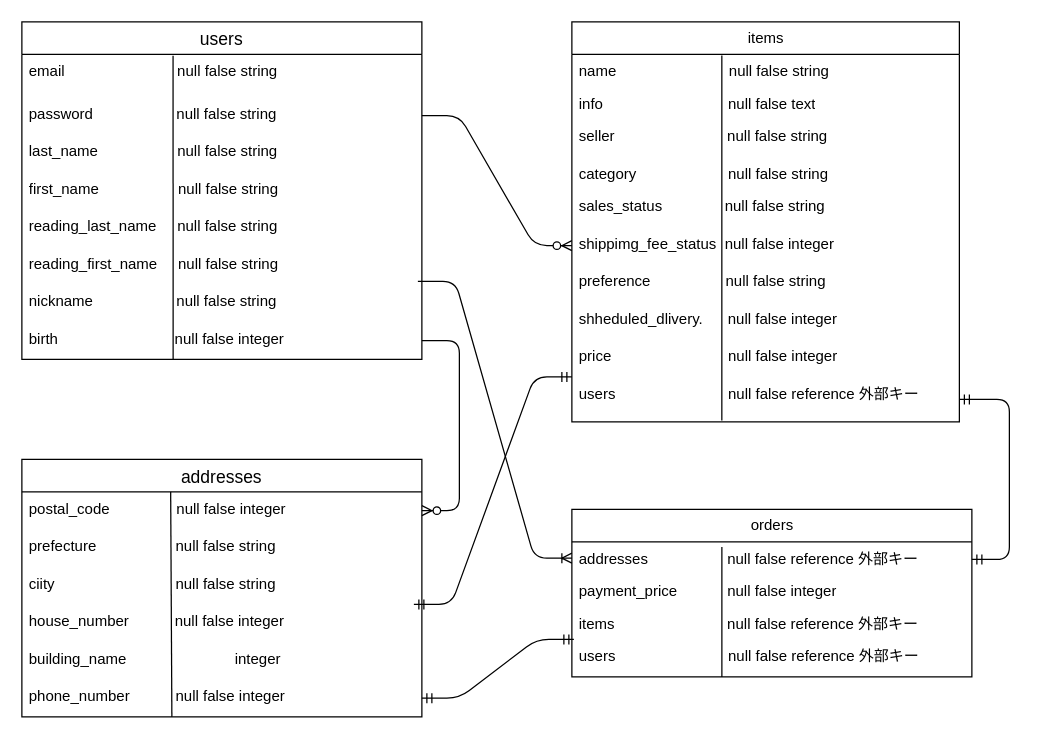
Before: furima38723.dio in sorakanda/furima-38723, a draw.io diagram. Source tidied: cells renumbered, new cells numbered last; positions are measured from the earlier drawing's top-left corner, leaving out a move shared by most shapes. Both pictures are drawn from the tidied source at 125%, with x=0, y=0 at pixel (21, 21).
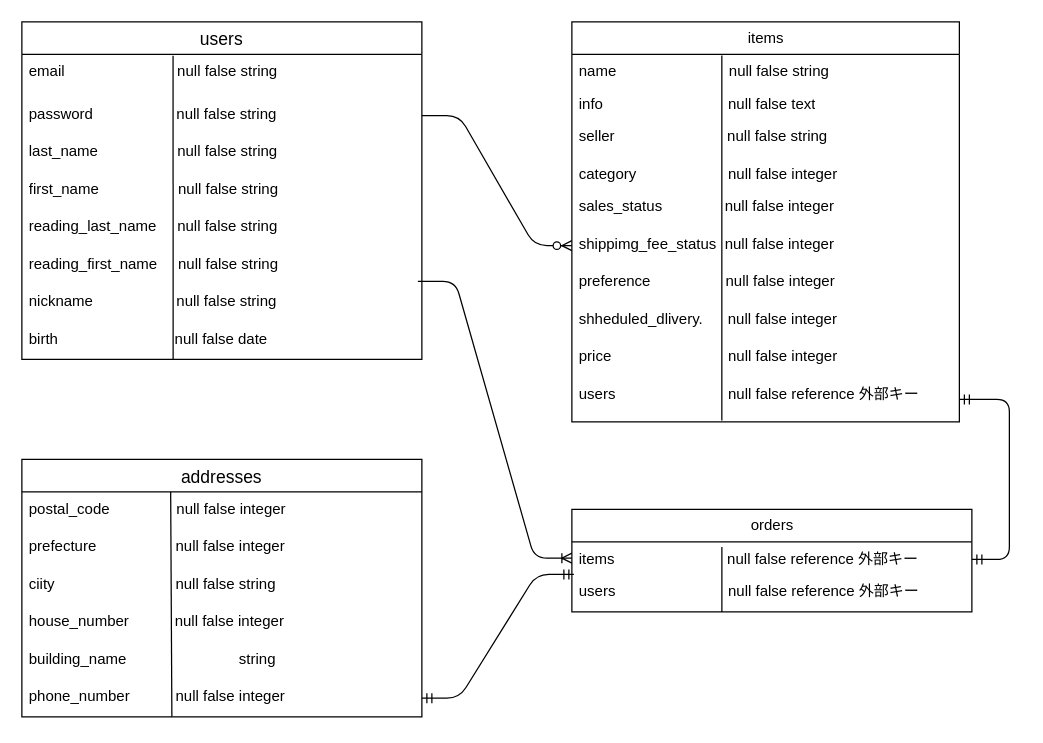
Above is the later version.

The change refers to these unchanged cells:
```xml
<mxCell id="2" value="users" style="swimlane;fontStyle=0;horizontal=1;startSize=26;align=center;fontSize=14;" parent="1" vertex="1">
  <mxGeometry width="320" height="270" as="geometry" />
</mxCell>
<mxCell id="10" value="nickname                    null false string" style="text;strokeColor=none;fillColor=none;spacingLeft=4;spacingRight=4;overflow=hidden;points=[[0,0.5],[1,0.5]];portConstraint=eastwest;fontSize=12;" parent="2" vertex="1">
  <mxGeometry y="210" width="320" height="30" as="geometry" />
</mxCell>
<mxCell id="13" value="items" style="swimlane;fontStyle=0;horizontal=1;startSize=26;fillColor=none;html=1;" parent="1" vertex="1">
  <mxGeometry x="440" width="310" height="320" as="geometry" />
</mxCell>
<mxCell id="22" value="price                            null false integer" style="text;strokeColor=none;fillColor=none;spacingLeft=4;spacingRight=4;overflow=hidden;points=[[0,0.5],[1,0.5]];portConstraint=eastwest;fontSize=12;" parent="13" vertex="1">
  <mxGeometry y="254" width="310" height="30" as="geometry" />
</mxCell>
<mxCell id="33" value="addresses" style="swimlane;fontStyle=0;horizontal=1;startSize=26;align=center;fontSize=14;" parent="1" vertex="1">
  <mxGeometry y="350" width="320" height="206" as="geometry" />
</mxCell>
<mxCell id="34" value="postal_code                null false integer" style="text;strokeColor=none;fillColor=none;spacingLeft=4;spacingRight=4;overflow=hidden;points=[[0,0.5],[1,0.5]];portConstraint=eastwest;fontSize=12;" parent="33" vertex="1">
  <mxGeometry y="26" width="320" height="30" as="geometry" />
</mxCell>
<mxCell id="37" value="house_number           null false integer" style="text;strokeColor=none;fillColor=none;spacingLeft=4;spacingRight=4;overflow=hidden;points=[[0,0.5],[1,0.5]];portConstraint=eastwest;fontSize=12;" parent="33" vertex="1">
  <mxGeometry y="116" width="320" height="30" as="geometry" />
</mxCell>
```

Change to the diagram source:
```diff
@@
-    <mxCell id="12" value="birth                            null false integer" style="text;strokeColor=none;fillColor=none;spacingLeft=4;spacingRight=4;overflow=hidden;points=[[0,0.5],[1,0.5]];portConstraint=eastwest;fontSize=12;" parent="2" vertex="1">
+    <mxCell id="12" value="birth                            null false date" style="text;strokeColor=none;fillColor=none;spacingLeft=4;spacingRight=4;overflow=hidden;points=[[0,0.5],[1,0.5]];portConstraint=eastwest;fontSize=12;" parent="2" vertex="1">
       <mxGeometry y="240" width="320" height="30" as="geometry" />
     </mxCell>
@@
-    <mxCell id="17" value="category&amp;nbsp; &amp;nbsp; &amp;nbsp; &amp;nbsp; &amp;nbsp; &amp;nbsp; &amp;nbsp; &amp;nbsp; &amp;nbsp; &amp;nbsp; &amp;nbsp; null false string" style="text;strokeColor=none;fillColor=none;align=left;verticalAlign=top;spacingLeft=4;spacingRight=4;overflow=hidden;whiteSpace=wrap;html=1;" parent="13" vertex="1">
+    <mxCell id="17" value="category&amp;nbsp; &amp;nbsp; &amp;nbsp; &amp;nbsp; &amp;nbsp; &amp;nbsp; &amp;nbsp; &amp;nbsp; &amp;nbsp; &amp;nbsp; &amp;nbsp; null false integer" style="text;strokeColor=none;fillColor=none;align=left;verticalAlign=top;spacingLeft=4;spacingRight=4;overflow=hidden;whiteSpace=wrap;html=1;" parent="13" vertex="1">
       <mxGeometry y="108" width="310" height="26" as="geometry" />
     </mxCell>
-    <mxCell id="18" value="sales_status               null false string " style="text;strokeColor=none;fillColor=none;spacingLeft=4;spacingRight=4;overflow=hidden;fontSize=12;" parent="13" vertex="1">
+    <mxCell id="18" value="sales_status               null false integer " style="text;strokeColor=none;fillColor=none;spacingLeft=4;spacingRight=4;overflow=hidden;fontSize=12;" parent="13" vertex="1">
       <mxGeometry y="134" width="310" height="30" as="geometry" />
     </mxCell>
@@
-    <mxCell id="20" value="preference                  null false string " style="text;strokeColor=none;fillColor=none;spacingLeft=4;spacingRight=4;overflow=hidden;fontSize=12;" parent="13" vertex="1">
+    <mxCell id="20" value="preference                  null false integer" style="text;strokeColor=none;fillColor=none;spacingLeft=4;spacingRight=4;overflow=hidden;fontSize=12;" parent="13" vertex="1">
       <mxGeometry y="194" width="310" height="30" as="geometry" />
     </mxCell>
@@
     <mxCell id="26" value="orders" style="swimlane;fontStyle=0;horizontal=1;startSize=26;fillColor=none;html=1;" parent="1" vertex="1">
-      <mxGeometry x="440" y="390" width="320" height="134" as="geometry" />
+      <mxGeometry x="440" y="390" width="320" height="82" as="geometry" />
     </mxCell>
-    <mxCell id="27" value="addresses&amp;nbsp; &amp;nbsp; &amp;nbsp; &amp;nbsp; &amp;nbsp; &amp;nbsp; &amp;nbsp; &amp;nbsp; &amp;nbsp; &amp;nbsp;null false reference 外部キー" style="text;strokeColor=none;fillColor=none;align=left;verticalAlign=top;spacingLeft=4;spacingRight=4;overflow=hidden;points=[[0,0.5],[1,0.5]];portConstraint=eastwest;whiteSpace=wrap;html=1;" parent="26" vertex="1">
-      <mxGeometry y="26" width="320" height="26" as="geometry" />
-    </mxCell>
-    <mxCell id="28" value="payment_price&amp;nbsp; &amp;nbsp; &amp;nbsp; &amp;nbsp; &amp;nbsp; &amp;nbsp; null false integer" style="text;strokeColor=none;fillColor=none;align=left;verticalAlign=top;spacingLeft=4;spacingRight=4;overflow=hidden;whiteSpace=wrap;html=1;" parent="26" vertex="1">
-      <mxGeometry y="52" width="320" height="26" as="geometry" />
-    </mxCell>
     <mxCell id="29" value="items&amp;nbsp; &amp;nbsp; &amp;nbsp; &amp;nbsp; &amp;nbsp; &amp;nbsp; &amp;nbsp; &amp;nbsp; &amp;nbsp; &amp;nbsp; &amp;nbsp; &amp;nbsp; &amp;nbsp; &amp;nbsp;null false reference 外部キー" style="text;strokeColor=none;fillColor=none;align=left;verticalAlign=top;spacingLeft=4;spacingRight=4;overflow=hidden;whiteSpace=wrap;html=1;" parent="26" vertex="1">
-      <mxGeometry y="78" width="320" height="26" as="geometry" />
+      <mxGeometry y="26" width="320" height="26" as="geometry" />
     </mxCell>
     <mxCell id="30" value="users                           null false reference 外部キー" style="text;strokeColor=none;fillColor=none;spacingLeft=4;spacingRight=4;overflow=hidden;points=[[0,0.5],[1,0.5]];portConstraint=eastwest;fontSize=12;" parent="26" vertex="1">
-      <mxGeometry y="104" width="320" height="30" as="geometry" />
+      <mxGeometry y="52" width="320" height="30" as="geometry" />
     </mxCell>
@@
-    <mxCell id="35" value="prefecture                   null false string" style="text;strokeColor=none;fillColor=none;spacingLeft=4;spacingRight=4;overflow=hidden;fontSize=12;" parent="33" vertex="1">
+    <mxCell id="35" value="prefecture                   null false integer" style="text;strokeColor=none;fillColor=none;spacingLeft=4;spacingRight=4;overflow=hidden;fontSize=12;" parent="33" vertex="1">
       <mxGeometry y="56" width="320" height="30" as="geometry" />
     </mxCell>
@@
-    <mxCell id="38" value="building_name                          integer" style="text;strokeColor=none;fillColor=none;spacingLeft=4;spacingRight=4;overflow=hidden;fontSize=12;" parent="33" vertex="1">
+    <mxCell id="38" value="building_name                           string" style="text;strokeColor=none;fillColor=none;spacingLeft=4;spacingRight=4;overflow=hidden;fontSize=12;" parent="33" vertex="1">
       <mxGeometry y="146" width="320" height="30" as="geometry" />
     </mxCell>
@@
-    <mxCell id="42" style="edgeStyle=entityRelationEdgeStyle;fontSize=12;html=1;endArrow=ERoneToMany;exitX=0.99;exitY=-0.083;exitDx=0;exitDy=0;exitPerimeter=0;entryX=0;entryY=0.5;entryDx=0;entryDy=0;" parent="1" edge="1" source="10" target="27">
-      <mxGeometry relative="1" as="geometry" />
+    <mxCell id="42" style="edgeStyle=entityRelationEdgeStyle;fontSize=12;html=1;endArrow=ERoneToMany;exitX=0.99;exitY=-0.083;exitDx=0;exitDy=0;exitPerimeter=0;entryX=0;entryY=0.5;entryDx=0;entryDy=0;" parent="1" edge="1" source="10">
+      <mxGeometry relative="1" as="geometry">
+        <mxPoint x="440" y="429" as="targetPoint" />
+      </mxGeometry>
     </mxCell>
@@
-    <mxCell id="44" style="edgeStyle=entityRelationEdgeStyle;fontSize=12;html=1;endArrow=ERzeroToMany;endFill=1;exitX=1;exitY=0.5;exitDx=0;exitDy=0;" parent="1" edge="1" source="12" target="34">
-      <mxGeometry relative="1" as="geometry" />
-    </mxCell>
-    <mxCell id="45" style="edgeStyle=entityRelationEdgeStyle;fontSize=12;html=1;endArrow=ERmandOne;startArrow=ERmandOne;entryX=0;entryY=1;entryDx=0;entryDy=0;entryPerimeter=0;exitX=0.98;exitY=0;exitDx=0;exitDy=0;exitPerimeter=0;" parent="1" edge="1" source="37" target="22">
-      <mxGeometry relative="1" as="geometry" />
-    </mxCell>
```
